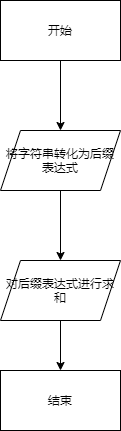
The draw.io diagram CourseDesignOfDataStructure/picture/p4/calculate.png in Shotray/Gaint, before a commit. Source tidied: cells renumbered, new cells last; positions are measured from the earlier drawing's top-left corner, leaving out a move shared by most shapes. Source of this version:
```xml
<mxGraphModel>
  <root>
    <mxCell id="0" />
    <mxCell id="1" parent="0" />
    <mxCell id="2" style="edgeStyle=orthogonalEdgeStyle;rounded=0;jettySize=auto;html=1;exitX=0.5;exitY=1;exitDx=0;exitDy=0;" parent="1" edge="1" source="3" target="5">
      <mxGeometry relative="1" as="geometry" />
    </mxCell>
    <mxCell id="3" value="开始" style="rounded=0;whiteSpace=wrap;html=1;" parent="1" vertex="1">
      <mxGeometry width="120" height="60" as="geometry" />
    </mxCell>
    <mxCell id="4" style="edgeStyle=orthogonalEdgeStyle;rounded=0;jettySize=auto;html=1;exitX=0.5;exitY=1;exitDx=0;exitDy=0;" parent="1" edge="1" source="5" target="7">
      <mxGeometry relative="1" as="geometry" />
    </mxCell>
    <mxCell id="5" value="将字符串转化为后缀表达式" style="shape=parallelogram;perimeter=parallelogramPerimeter;whiteSpace=wrap;html=1;fixedSize=1;" parent="1" vertex="1">
      <mxGeometry y="130" width="120" height="60" as="geometry" />
    </mxCell>
    <mxCell id="6" style="edgeStyle=orthogonalEdgeStyle;rounded=0;jettySize=auto;html=1;exitX=0.5;exitY=1;exitDx=0;exitDy=0;" parent="1" edge="1" source="7" target="8">
      <mxGeometry relative="1" as="geometry" />
    </mxCell>
    <mxCell id="7" value="对后缀表达式进行求和" style="shape=parallelogram;perimeter=parallelogramPerimeter;whiteSpace=wrap;html=1;fixedSize=1;" parent="1" vertex="1">
      <mxGeometry y="260" width="120" height="60" as="geometry" />
    </mxCell>
    <mxCell id="8" value="结束" style="rounded=0;whiteSpace=wrap;html=1;" parent="1" vertex="1">
      <mxGeometry y="370" width="120" height="60" as="geometry" />
    </mxCell>
  </root>
</mxGraphModel>
```
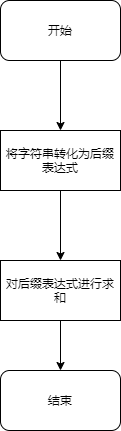
Above is the later version.

Diff of the diagram source:
```diff
@@ -2,25 +2,34 @@
   <root>
     <mxCell id="0" />
     <mxCell id="1" parent="0" />
-    <mxCell id="2" style="edgeStyle=orthogonalEdgeStyle;rounded=0;jettySize=auto;html=1;exitX=0.5;exitY=1;exitDx=0;exitDy=0;" parent="1" edge="1" source="3" target="5">
-      <mxGeometry relative="1" as="geometry" />
+    <mxCell id="2" style="edgeStyle=orthogonalEdgeStyle;rounded=0;orthogonalLoop=1;jettySize=auto;html=1;exitX=0.5;exitY=1;exitDx=0;exitDy=0;" parent="1" edge="1">
+      <mxGeometry relative="1" as="geometry">
+        <mxPoint x="60" y="60" as="sourcePoint" />
+        <mxPoint x="60" y="130" as="targetPoint" />
+      </mxGeometry>
     </mxCell>
+    <mxCell id="4" style="edgeStyle=orthogonalEdgeStyle;rounded=0;orthogonalLoop=1;jettySize=auto;html=1;exitX=0.5;exitY=1;exitDx=0;exitDy=0;" parent="1" edge="1">
+      <mxGeometry relative="1" as="geometry">
+        <mxPoint x="60" y="190" as="sourcePoint" />
+        <mxPoint x="60" y="260" as="targetPoint" />
+      </mxGeometry>
+    </mxCell>
+    <mxCell id="6" style="edgeStyle=orthogonalEdgeStyle;rounded=0;orthogonalLoop=1;jettySize=auto;html=1;exitX=0.5;exitY=1;exitDx=0;exitDy=0;" parent="1" edge="1">
+      <mxGeometry relative="1" as="geometry">
+        <mxPoint x="60" y="320" as="sourcePoint" />
+        <mxPoint x="60" y="370" as="targetPoint" />
+      </mxGeometry>
+    </mxCell>
-    <mxCell id="3" value="开始" style="rounded=0;whiteSpace=wrap;html=1;" parent="1" vertex="1">
+    <mxCell id="3" value="开始" style="rounded=1;whiteSpace=wrap;html=1;" parent="1" vertex="1">
       <mxGeometry width="120" height="60" as="geometry" />
     </mxCell>
-    <mxCell id="4" style="edgeStyle=orthogonalEdgeStyle;rounded=0;jettySize=auto;html=1;exitX=0.5;exitY=1;exitDx=0;exitDy=0;" parent="1" edge="1" source="5" target="7">
-      <mxGeometry relative="1" as="geometry" />
-    </mxCell>
-    <mxCell id="5" value="将字符串转化为后缀表达式" style="shape=parallelogram;perimeter=parallelogramPerimeter;whiteSpace=wrap;html=1;fixedSize=1;" parent="1" vertex="1">
+    <mxCell id="5" value="将字符串转化为后缀表达式" style="rounded=0;whiteSpace=wrap;html=1;" parent="1" vertex="1">
       <mxGeometry y="130" width="120" height="60" as="geometry" />
     </mxCell>
-    <mxCell id="6" style="edgeStyle=orthogonalEdgeStyle;rounded=0;jettySize=auto;html=1;exitX=0.5;exitY=1;exitDx=0;exitDy=0;" parent="1" edge="1" source="7" target="8">
-      <mxGeometry relative="1" as="geometry" />
-    </mxCell>
-    <mxCell id="7" value="对后缀表达式进行求和" style="shape=parallelogram;perimeter=parallelogramPerimeter;whiteSpace=wrap;html=1;fixedSize=1;" parent="1" vertex="1">
+    <mxCell id="7" value="对后缀表达式进行求和" style="rounded=0;whiteSpace=wrap;html=1;" parent="1" vertex="1">
       <mxGeometry y="260" width="120" height="60" as="geometry" />
     </mxCell>
-    <mxCell id="8" value="结束" style="rounded=0;whiteSpace=wrap;html=1;" parent="1" vertex="1">
+    <mxCell id="8" value="结束" style="rounded=1;whiteSpace=wrap;html=1;" parent="1" vertex="1">
       <mxGeometry y="370" width="120" height="60" as="geometry" />
     </mxCell>
   </root>
```
